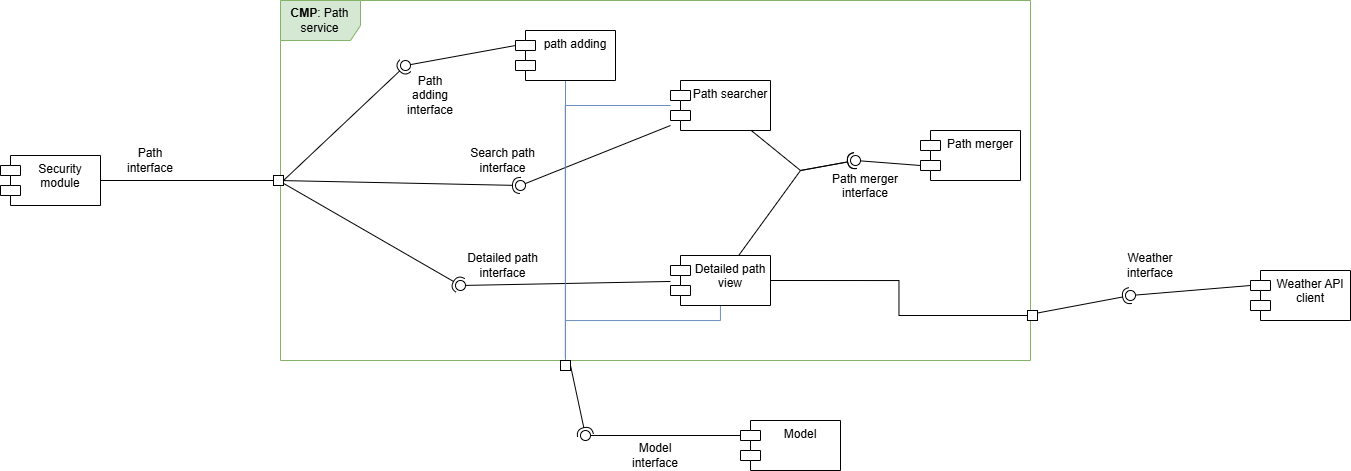
The draw.io diagram DD/LaTeXCode/images/componentDiagrams/Component_diagram-path_detailed_view.drawio.png in jacopobellosi/Bellosi-Montanelli-Tempobono, before a commit. Source tidied: cells renumbered, new cells last; positions are measured from the earlier drawing's top-left corner, leaving out a move shared by most shapes.
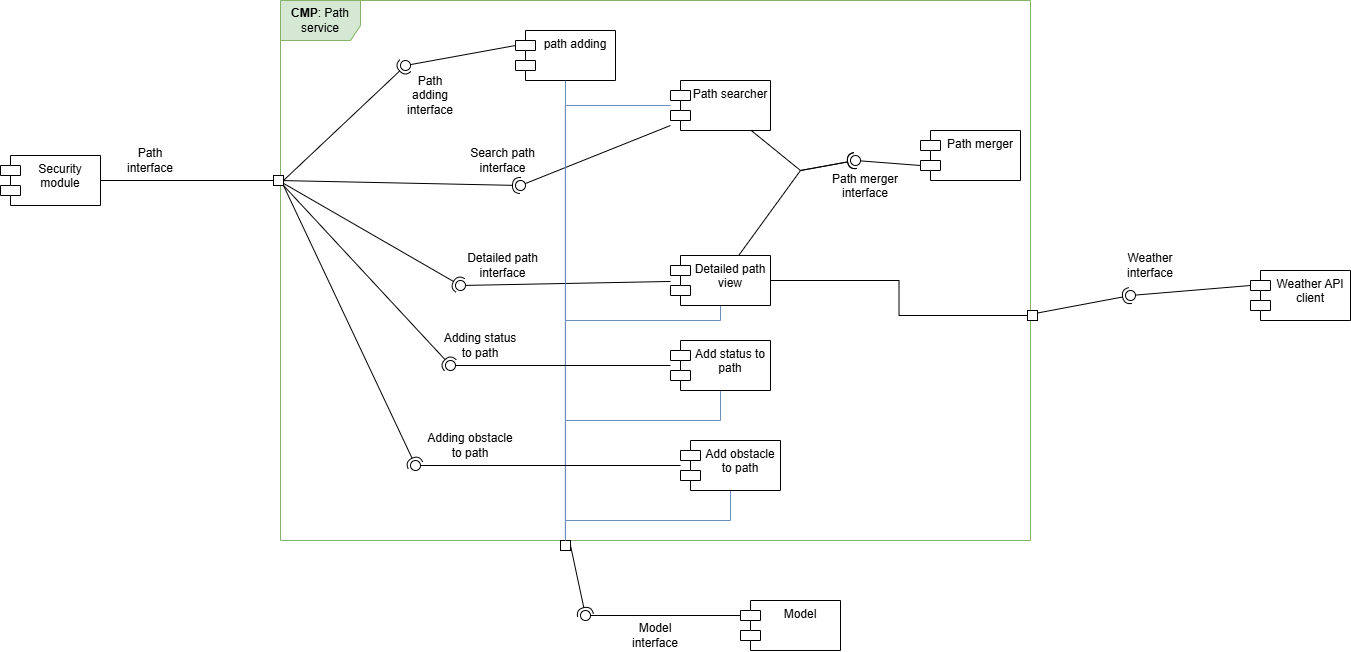
After the commit.

Diff of the diagram source:
```diff
@@ -3,7 +3,7 @@
     <mxCell id="0" />
     <mxCell id="1" parent="0" />
     <mxCell id="2" value="&lt;b&gt;CMP&lt;/b&gt;: Path service" style="shape=umlFrame;whiteSpace=wrap;html=1;width=80;height=40;fillColor=#d5e8d4;strokeColor=#82b366;" parent="1" vertex="1">
-      <mxGeometry x="280" width="750" height="360" as="geometry" />
+      <mxGeometry x="280" width="750" height="540" as="geometry" />
     </mxCell>
     <mxCell id="3" style="edgeStyle=orthogonalEdgeStyle;rounded=0;jettySize=auto;html=1;entryX=0.5;entryY=0;entryDx=0;entryDy=0;endArrow=none;endFill=0;fillColor=#dae8fc;strokeColor=#6c8ebf;" parent="1" edge="1" source="4" target="28">
       <mxGeometry relative="1" as="geometry" />
@@ -94,16 +94,16 @@
       <mxGeometry x="715" y="240" width="10" height="10" as="geometry" />
     </mxCell>
     <mxCell id="28" style="rounded=0;whiteSpace=wrap;html=1;" parent="1" vertex="1">
-      <mxGeometry x="560" y="360" width="10" height="10" as="geometry" />
+      <mxGeometry x="560" y="540" width="10" height="10" as="geometry" />
     </mxCell>
     <mxCell id="29" value="Model" style="shape=module;align=left;spacingLeft=20;align=center;verticalAlign=top;whiteSpace=wrap;html=1;" parent="1" vertex="1">
-      <mxGeometry x="740" y="420" width="100" height="50" as="geometry" />
+      <mxGeometry x="740" y="600" width="100" height="50" as="geometry" />
     </mxCell>
     <mxCell id="30" style="rounded=0;jettySize=auto;html=1;endArrow=oval;endFill=0;sketch=0;sourcePerimeterSpacing=0;targetPerimeterSpacing=0;endSize=10;exitX=0;exitY=0;exitDx=0;exitDy=15;exitPerimeter=0;" parent="1" edge="1" source="29" target="31">
       <mxGeometry relative="1" as="geometry" />
     </mxCell>
     <mxCell id="31" style="ellipse;whiteSpace=wrap;html=1;align=center;fillColor=none;strokeColor=none;perimeter=centerPerimeter;points=[];outlineConnect=1;" parent="1" vertex="1">
-      <mxGeometry x="580" y="430" width="10" height="10" as="geometry" />
+      <mxGeometry x="580" y="610" width="10" height="10" as="geometry" />
     </mxCell>
     <mxCell id="32" style="rounded=0;jettySize=auto;html=1;endArrow=halfCircle;endFill=0;endSize=6;strokeWidth=1;sketch=0;exitX=1;exitY=0.5;exitDx=0;exitDy=0;entryX=0.743;entryY=0.367;entryDx=0;entryDy=0;entryPerimeter=0;" parent="1" edge="1" source="28" target="31">
       <mxGeometry relative="1" as="geometry" />
@@ -145,7 +145,7 @@
       <mxGeometry x="830" y="165" width="80" height="40" as="geometry" />
     </mxCell>
     <mxCell id="45" value="Model&lt;br&gt;interface" style="text;html=1;whiteSpace=wrap;strokeColor=none;fillColor=none;align=center;verticalAlign=middle;rounded=0;" parent="1" vertex="1">
-      <mxGeometry x="625" y="440" width="60" height="30" as="geometry" />
+      <mxGeometry x="625" y="620" width="60" height="30" as="geometry" />
     </mxCell>
     <mxCell id="46" value="Weather&lt;br&gt;interface" style="text;html=1;whiteSpace=wrap;strokeColor=none;fillColor=none;align=center;verticalAlign=middle;rounded=0;" parent="1" vertex="1">
       <mxGeometry x="1120" y="250" width="60" height="30" as="geometry" />
@@ -153,5 +153,51 @@
     <mxCell id="47" style="edgeStyle=orthogonalEdgeStyle;rounded=0;jettySize=auto;html=1;entryX=0.481;entryY=-0.3;entryDx=0;entryDy=0;entryPerimeter=0;endArrow=none;endFill=0;fillColor=#dae8fc;strokeColor=#6c8ebf;" parent="1" edge="1" source="5" target="28">
       <mxGeometry relative="1" as="geometry" />
     </mxCell>
+    <mxCell id="48" style="rounded=0;jettySize=auto;html=1;endArrow=halfCircle;endFill=0;endSize=6;strokeWidth=1;sketch=0;exitX=1;exitY=1;exitDx=0;exitDy=0;" parent="1" edge="1" source="12" target="50">
+      <mxGeometry relative="1" as="geometry" />
+    </mxCell>
+    <mxCell id="49" style="rounded=0;jettySize=auto;html=1;endArrow=oval;endFill=0;sketch=0;sourcePerimeterSpacing=0;targetPerimeterSpacing=0;endSize=10;" parent="1" edge="1" source="52" target="50">
+      <mxGeometry relative="1" as="geometry" />
+    </mxCell>
+    <mxCell id="50" style="ellipse;whiteSpace=wrap;html=1;align=center;fillColor=none;strokeColor=none;perimeter=centerPerimeter;points=[];outlineConnect=1;" parent="1" vertex="1">
+      <mxGeometry x="445" y="360" width="10" height="10" as="geometry" />
+    </mxCell>
+    <mxCell id="51" style="edgeStyle=orthogonalEdgeStyle;rounded=0;jettySize=auto;html=1;entryX=0.5;entryY=0;entryDx=0;entryDy=0;fillColor=#dae8fc;strokeColor=#6c8ebf;endArrow=none;endFill=0;" parent="1" edge="1" source="52" target="28">
+      <mxGeometry relative="1" as="geometry">
+        <Array as="points">
+          <mxPoint x="720" y="420" />
+          <mxPoint x="565" y="420" />
+        </Array>
+      </mxGeometry>
+    </mxCell>
+    <mxCell id="52" value="Add status to path" style="shape=module;align=left;spacingLeft=20;align=center;verticalAlign=top;whiteSpace=wrap;html=1;" parent="1" vertex="1">
+      <mxGeometry x="670" y="340" width="100" height="50" as="geometry" />
+    </mxCell>
+    <mxCell id="53" value="Adding status to path" style="text;html=1;whiteSpace=wrap;strokeColor=none;fillColor=none;align=center;verticalAlign=middle;rounded=0;" parent="1" vertex="1">
+      <mxGeometry x="440" y="330" width="80" height="30" as="geometry" />
+    </mxCell>
+    <mxCell id="54" style="rounded=0;jettySize=auto;html=1;endArrow=halfCircle;endFill=0;endSize=6;strokeWidth=1;sketch=0;exitX=1;exitY=1;exitDx=0;exitDy=0;" parent="1" edge="1" source="12" target="56">
+      <mxGeometry relative="1" as="geometry" />
+    </mxCell>
+    <mxCell id="55" style="rounded=0;jettySize=auto;html=1;endArrow=oval;endFill=0;sketch=0;sourcePerimeterSpacing=0;targetPerimeterSpacing=0;endSize=10;" parent="1" edge="1" source="58" target="56">
+      <mxGeometry relative="1" as="geometry" />
+    </mxCell>
+    <mxCell id="56" style="ellipse;whiteSpace=wrap;html=1;align=center;fillColor=none;strokeColor=none;perimeter=centerPerimeter;points=[];outlineConnect=1;" parent="1" vertex="1">
+      <mxGeometry x="410" y="460" width="10" height="10" as="geometry" />
+    </mxCell>
+    <mxCell id="57" style="edgeStyle=orthogonalEdgeStyle;rounded=0;jettySize=auto;html=1;entryX=0.5;entryY=0;entryDx=0;entryDy=0;fillColor=#dae8fc;strokeColor=#6c8ebf;endArrow=none;endFill=0;" parent="1" edge="1" source="58" target="28">
+      <mxGeometry relative="1" as="geometry">
+        <Array as="points">
+          <mxPoint x="730" y="520" />
+          <mxPoint x="565" y="520" />
+        </Array>
+      </mxGeometry>
+    </mxCell>
+    <mxCell id="58" value="Add obstacle to path" style="shape=module;align=left;spacingLeft=20;align=center;verticalAlign=top;whiteSpace=wrap;html=1;" parent="1" vertex="1">
+      <mxGeometry x="680" y="440" width="100" height="50" as="geometry" />
+    </mxCell>
+    <mxCell id="59" value="Adding obstacle to path" style="text;html=1;whiteSpace=wrap;strokeColor=none;fillColor=none;align=center;verticalAlign=middle;rounded=0;" parent="1" vertex="1">
+      <mxGeometry x="420" y="430" width="100" height="30" as="geometry" />
+    </mxCell>
   </root>
 </mxGraphModel>
```
